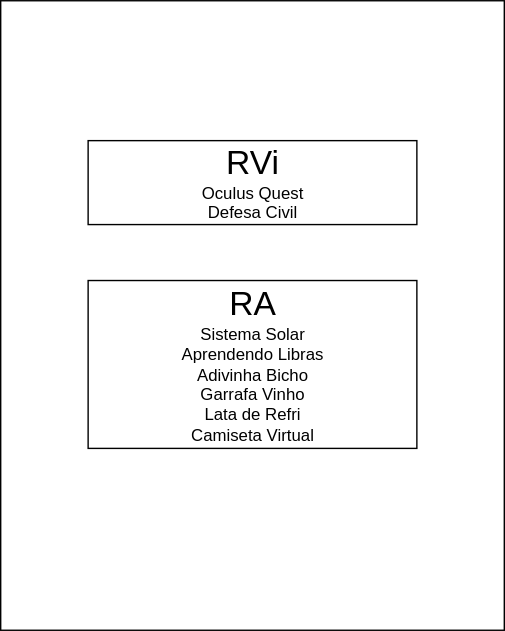
The draw.io diagram _._/interacao/_/estacoes.drawio.svg in dalton-reis/dalton-reis, before a commit. Source tidied: cells renumbered, new cells last; positions are measured from the earlier drawing's top-left corner, leaving out a move shared by most shapes.
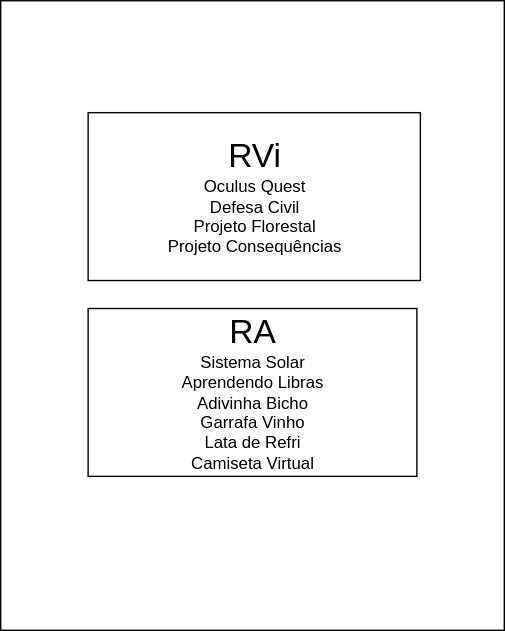
Later version of the same file.

The edit, as a diff of the source:
```diff
@@ -6,10 +6,10 @@
       <mxGeometry width="360" height="450" as="geometry" />
     </mxCell>
     <mxCell id="3" value="&lt;font style=&quot;font-size: 24px;&quot;&gt;RA&lt;/font&gt;&lt;br&gt;Sistema Solar&lt;br&gt;Aprendendo Libras&lt;br&gt;Adivinha Bicho&lt;br&gt;Garrafa Vinho&lt;br style=&quot;border-color: var(--border-color);&quot;&gt;Lata de Refri&lt;br&gt;Camiseta Virtual" style="rounded=0;whiteSpace=wrap;html=1;" parent="1" vertex="1">
-      <mxGeometry x="62.5" y="200" width="235" height="120" as="geometry" />
+      <mxGeometry x="62.5" y="220" width="235" height="120" as="geometry" />
     </mxCell>
-    <mxCell id="4" value="&lt;font style=&quot;font-size: 24px;&quot;&gt;RVi&lt;/font&gt;&lt;br&gt;Oculus Quest&lt;br&gt;Defesa Civil" style="rounded=0;whiteSpace=wrap;html=1;" parent="1" vertex="1">
-      <mxGeometry x="62.5" y="100" width="235" height="60" as="geometry" />
+    <mxCell id="4" value="&lt;font style=&quot;font-size: 24px;&quot;&gt;RVi&lt;/font&gt;&lt;br&gt;Oculus Quest&lt;br&gt;Defesa Civil&lt;br&gt;Projeto Florestal&lt;br&gt;Projeto Consequências" style="rounded=0;whiteSpace=wrap;html=1;" parent="1" vertex="1">
+      <mxGeometry x="62.5" y="80" width="237.5" height="120" as="geometry" />
     </mxCell>
   </root>
 </mxGraphModel>
```
